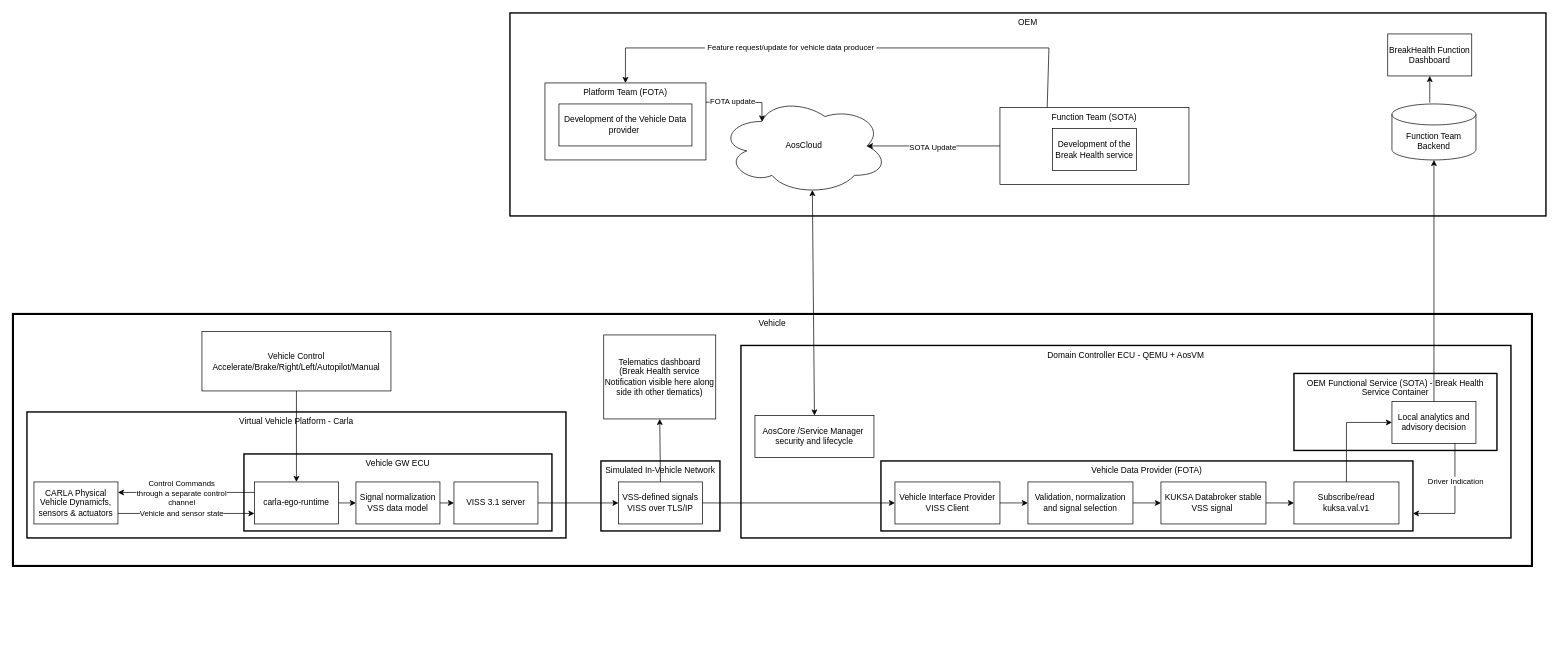
Above: docs/architecture/diagrams/aosedge-demo-hla-authoring-reference.drawio in alexmaninblack/aosedge-sdv-demo (draw.io), before the change. Source tidied: cells renumbered, new cells numbered last; positions are measured from the earlier drawing's top-left corner, leaving out a move shared by most shapes. Both pictures are drawn from the tidied source at 70%, with x=0, y=0 at pixel (13, 13).
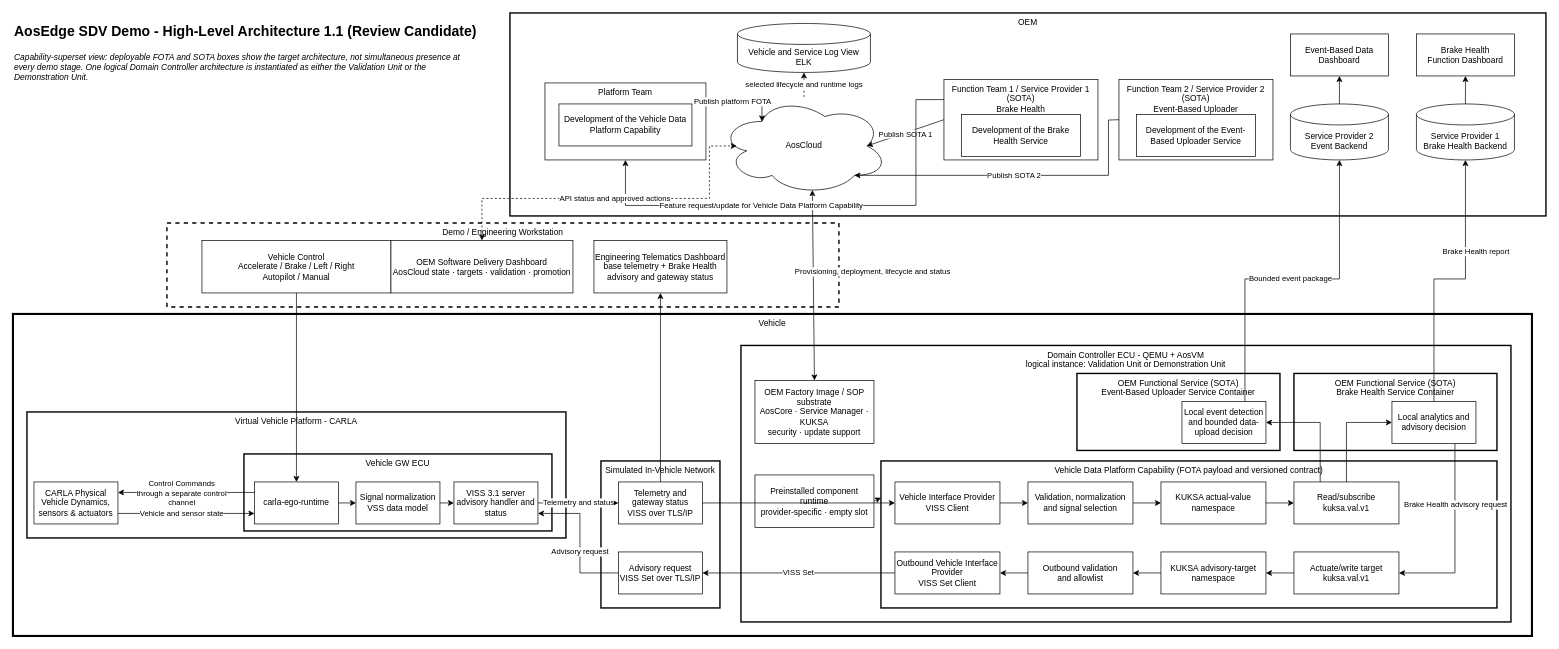
After the change.

Unchanged cells that the change refers to:
```xml
<mxCell id="27" value="Local analytics and advisory decision" style="rounded=0;whiteSpace=wrap;html=1;" parent="1" vertex="1">
  <mxGeometry x="1970" y="555" width="120" height="60" as="geometry" />
</mxCell>
<mxCell id="35" value="AosCloud" style="ellipse;shape=cloud;whiteSpace=wrap;html=1;" parent="1" vertex="1">
  <mxGeometry x="1010" y="120" width="240" height="140" as="geometry" />
</mxCell>
<mxCell id="36" style="endArrow=classic;startArrow=classic;html=1;rounded=0;entryX=0.55;entryY=0.95;entryDx=0;entryDy=0;entryPerimeter=0;exitX=0.5;exitY=0;exitDx=0;exitDy=0;" parent="1" edge="1" source="25" target="35">
  <mxGeometry relative="1" as="geometry" />
</mxCell>
<mxCell id="42" style="endArrow=classic;html=1;rounded=0;exitX=1;exitY=0.25;exitDx=0;exitDy=0;entryX=0.25;entryY=0.25;entryDx=0;entryDy=0;entryPerimeter=0;" parent="1" edge="1" source="37" target="35">
  <mxGeometry relative="1" as="geometry">
    <Array as="points">
      <mxPoint x="1070" y="128" />
    </Array>
  </mxGeometry>
</mxCell>
<mxCell id="47" style="endArrow=classic;html=1;rounded=0;exitX=0;exitY=0.5;exitDx=0;exitDy=0;entryX=0.875;entryY=0.5;entryDx=0;entryDy=0;entryPerimeter=0;" parent="1" edge="1" source="38" target="35">
  <mxGeometry relative="1" as="geometry" />
</mxCell>
```

What changed in the source:
```diff
@@
+    <mxCell id="55" value="AosEdge SDV Demo - High-Level Architecture 1.1 (Review Candidate)" style="text;html=1;strokeColor=none;fillColor=none;align=left;verticalAlign=middle;whiteSpace=wrap;rounded=0;fontSize=20;fontStyle=1;" parent="1" vertex="1">
+      <mxGeometry y="5" width="700" height="40" as="geometry" />
+    </mxCell>
+    <mxCell id="56" value="Capability-superset view: deployable FOTA and SOTA boxes show the target architecture, not simultaneous presence at every demo stage. One logical Domain Controller architecture is instantiated as either the Validation Unit or the Demonstration Unit." style="text;html=1;strokeColor=none;fillColor=none;align=left;verticalAlign=top;whiteSpace=wrap;rounded=0;fontSize=12;fontStyle=2;" parent="1" vertex="1">
+      <mxGeometry y="50" width="670" height="65" as="geometry" />
+    </mxCell>
@@
     <mxCell id="3" value="Vehicle" style="rounded=0;whiteSpace=wrap;html=1;strokeWidth=3;verticalAlign=top;" parent="1" vertex="1">
-      <mxGeometry y="430" width="2170" height="360" as="geometry" />
+      <mxGeometry y="430" width="2170" height="460" as="geometry" />
     </mxCell>
+    <mxCell id="57" value="Demo / Engineering Workstation" style="rounded=0;whiteSpace=wrap;html=1;strokeWidth=2;verticalAlign=top;dashed=1;" parent="1" vertex="1">
+      <mxGeometry x="220" y="300" width="960" height="120" as="geometry" />
+    </mxCell>
-    <mxCell id="4" value="Domain Controller ECU - QEMU + AosVM" style="rounded=0;whiteSpace=wrap;html=1;verticalAlign=top;strokeWidth=2;" parent="1" vertex="1">
-      <mxGeometry x="1040" y="475" width="1100" height="275" as="geometry" />
+    <mxCell id="4" value="Domain Controller ECU - QEMU + AosVM&lt;br&gt;logical instance: Validation Unit or Demonstration Unit" style="rounded=0;whiteSpace=wrap;html=1;verticalAlign=top;strokeWidth=2;" parent="1" vertex="1">
+      <mxGeometry x="1040" y="475" width="1100" height="395" as="geometry" />
     </mxCell>
-    <mxCell id="5" value="Vehicle Data Provider (FOTA)" style="rounded=0;whiteSpace=wrap;html=1;verticalAlign=top;strokeWidth=2;" parent="1" vertex="1">
-      <mxGeometry x="1240" y="640" width="760" height="100" as="geometry" />
+    <mxCell id="5" value="Vehicle Data Platform Capability (FOTA payload and versioned contract)" style="rounded=0;whiteSpace=wrap;html=1;verticalAlign=top;strokeWidth=2;" parent="1" vertex="1">
+      <mxGeometry x="1240" y="640" width="880" height="210" as="geometry" />
     </mxCell>
-    <mxCell id="6" value="Virtual Vehicle Platform - Carla" style="rounded=0;whiteSpace=wrap;html=1;verticalAlign=top;strokeWidth=2;" parent="1" vertex="1">
+    <mxCell id="6" value="Virtual Vehicle Platform - CARLA" style="rounded=0;whiteSpace=wrap;html=1;verticalAlign=top;strokeWidth=2;" parent="1" vertex="1">
       <mxGeometry x="20" y="570" width="770" height="180" as="geometry" />
     </mxCell>
-    <mxCell id="7" value="CARLA Physical Vehicle Dynamicfs, sensors &amp;amp; actuators" style="rounded=0;whiteSpace=wrap;html=1;" parent="1" vertex="1">
+    <mxCell id="7" value="CARLA Physical Vehicle Dynamics, sensors &amp;amp; actuators" style="rounded=0;whiteSpace=wrap;html=1;" parent="1" vertex="1">
       <mxGeometry x="30" y="670" width="120" height="60" as="geometry" />
     </mxCell>
@@
-    <mxCell id="11" value="VISS 3.1 server" style="rounded=0;whiteSpace=wrap;html=1;" parent="1" vertex="1">
+    <mxCell id="11" value="VISS 3.1 server&lt;br&gt;advisory handler and status" style="rounded=0;whiteSpace=wrap;html=1;" parent="1" vertex="1">
       <mxGeometry x="630" y="670" width="120" height="60" as="geometry" />
     </mxCell>
@@
-    <mxCell id="18" value="KUKSA Databroker stable VSS signal&amp;nbsp;" style="rounded=0;whiteSpace=wrap;html=1;" parent="1" vertex="1">
+    <mxCell id="18" value="KUKSA actual-value&lt;br&gt;namespace" style="rounded=0;whiteSpace=wrap;html=1;" parent="1" vertex="1">
       <mxGeometry x="1640" y="670" width="150" height="60" as="geometry" />
     </mxCell>
-    <mxCell id="19" value="Subscribe/read kuksa.val.v1" style="rounded=0;whiteSpace=wrap;html=1;" parent="1" vertex="1">
+    <mxCell id="19" value="Read/subscribe&lt;br&gt;kuksa.val.v1" style="rounded=0;whiteSpace=wrap;html=1;" parent="1" vertex="1">
       <mxGeometry x="1830" y="670" width="150" height="60" as="geometry" />
     </mxCell>
     <mxCell id="20" value="Simulated In-Vehicle Network" style="rounded=0;whiteSpace=wrap;html=1;verticalAlign=top;strokeWidth=2;" parent="1" vertex="1">
-      <mxGeometry x="840" y="640" width="170" height="100" as="geometry" />
+      <mxGeometry x="840" y="640" width="170" height="210" as="geometry" />
     </mxCell>
-    <mxCell id="21" value="VSS-defined signals VISS over TLS/IP" style="rounded=0;whiteSpace=wrap;html=1;" parent="1" vertex="1">
+    <mxCell id="21" value="Telemetry and gateway status&lt;br&gt;VISS over TLS/IP" style="rounded=0;whiteSpace=wrap;html=1;" parent="1" vertex="1">
       <mxGeometry x="865" y="670" width="120" height="60" as="geometry" />
     </mxCell>
+    <mxCell id="58" value="Advisory request&lt;br&gt;VISS Set over TLS/IP" style="rounded=0;whiteSpace=wrap;html=1;" parent="1" vertex="1">
+      <mxGeometry x="865" y="770" width="120" height="60" as="geometry" />
+    </mxCell>
@@
-    <mxCell id="24" style="endArrow=classic;html=1;rounded=0;exitX=1;exitY=0.5;exitDx=0;exitDy=0;entryX=0;entryY=0.5;entryDx=0;entryDy=0;" parent="1" edge="1" source="11" target="21">
+    <mxCell id="24" value="Telemetry and status" style="endArrow=classic;html=1;rounded=0;exitX=1;exitY=0.5;exitDx=0;exitDy=0;entryX=0;entryY=0.5;entryDx=0;entryDy=0;" parent="1" edge="1" source="11" target="21">
       <mxGeometry relative="1" as="geometry" />
     </mxCell>
-    <mxCell id="25" value="AosCore /Service Manager&amp;nbsp;&lt;br&gt;security and lifecycle" style="rounded=0;whiteSpace=wrap;html=1;" parent="1" vertex="1">
-      <mxGeometry x="1060" y="575" width="170" height="60" as="geometry" />
+    <mxCell id="25" value="OEM Factory Image / SOP substrate&lt;br&gt;AosCore · Service Manager · KUKSA&lt;br&gt;security · update support" style="rounded=0;whiteSpace=wrap;html=1;" parent="1" vertex="1">
+      <mxGeometry x="1060" y="525" width="170" height="90" as="geometry" />
     </mxCell>
+    <mxCell id="59" value="Preinstalled component runtime&lt;br&gt;provider-specific · empty slot" style="rounded=0;whiteSpace=wrap;html=1;" parent="1" vertex="1">
+      <mxGeometry x="1060" y="660" width="170" height="75" as="geometry" />
+    </mxCell>
+    <mxCell id="60" style="endArrow=classic;html=1;rounded=0;dashed=1;exitX=1;exitY=0.5;exitDx=0;exitDy=0;entryX=0;entryY=0.25;entryDx=0;entryDy=0;" parent="1" edge="1" source="59" target="5">
+      <mxGeometry relative="1" as="geometry" />
+    </mxCell>
-    <mxCell id="26" value="OEM Functional Service (SOTA) - Break Health Service Container" style="rounded=0;whiteSpace=wrap;html=1;verticalAlign=top;strokeWidth=2;" parent="1" vertex="1">
+    <mxCell id="26" value="OEM Functional Service (SOTA)&lt;br&gt;Brake Health Service Container" style="rounded=0;whiteSpace=wrap;html=1;verticalAlign=top;strokeWidth=2;" parent="1" vertex="1">
       <mxGeometry x="1830" y="515" width="290" height="110" as="geometry" />
     </mxCell>
@@
-    <mxCell id="33" value="Vehicle Control&lt;br&gt;Accelerate/Brake/Right/Left/Autopilot/Manual" style="rounded=0;whiteSpace=wrap;html=1;" parent="1" vertex="1">
-      <mxGeometry x="270" y="455" width="270" height="85" as="geometry" />
+    <mxCell id="33" value="Vehicle Control&lt;br&gt;Accelerate / Brake / Left / Right&lt;br&gt;Autopilot / Manual" style="rounded=0;whiteSpace=wrap;html=1;" parent="1" vertex="1">
+      <mxGeometry x="270" y="325" width="270" height="75" as="geometry" />
     </mxCell>
@@
+    <mxCell id="61" value="Provisioning, deployment, lifecycle and status" style="edgeLabel;html=1;align=center;verticalAlign=middle;" parent="36" vertex="1">
+      <mxGeometry x="0.15" y="1" relative="1" as="geometry">
+        <mxPoint x="85" as="offset" />
+      </mxGeometry>
+    </mxCell>
-    <mxCell id="37" value="Platform Team (FOTA)" style="rounded=0;whiteSpace=wrap;html=1;verticalAlign=top;" parent="1" vertex="1">
+    <mxCell id="37" value="Platform Team" style="rounded=0;whiteSpace=wrap;html=1;verticalAlign=top;" parent="1" vertex="1">
       <mxGeometry x="760" y="100" width="230" height="110" as="geometry" />
     </mxCell>
-    <mxCell id="38" value="Function Team (SOTA)" style="rounded=0;whiteSpace=wrap;html=1;verticalAlign=top;" parent="1" vertex="1">
-      <mxGeometry x="1410" y="135" width="270" height="110" as="geometry" />
-    </mxCell>
-    <mxCell id="39" value="Function Team Backend" style="shape=cylinder3;whiteSpace=wrap;html=1;boundedLbl=1;backgroundOutline=1;size=15;" parent="1" vertex="1">
-      <mxGeometry x="1970" y="130" width="120" height="80" as="geometry" />
+    <mxCell id="39" value="Service Provider 1&lt;br&gt;Brake Health Backend" style="shape=cylinder3;whiteSpace=wrap;html=1;boundedLbl=1;backgroundOutline=1;size=15;" parent="1" vertex="1">
+      <mxGeometry x="2005" y="130" width="140" height="80" as="geometry" />
     </mxCell>
-    <mxCell id="40" value="BreakHealth Function Dashboard" style="rounded=0;whiteSpace=wrap;html=1;" parent="1" vertex="1">
-      <mxGeometry x="1964" y="30" width="120" height="60" as="geometry" />
+    <mxCell id="40" value="Brake Health&lt;br&gt;Function Dashboard" style="rounded=0;whiteSpace=wrap;html=1;" parent="1" vertex="1">
+      <mxGeometry x="2005" y="30" width="140" height="60" as="geometry" />
     </mxCell>
-    <mxCell id="41" value="Development of the Vehicle Data provider&amp;nbsp;" style="rounded=0;whiteSpace=wrap;html=1;" parent="1" vertex="1">
+    <mxCell id="41" value="Development of the Vehicle Data Platform Capability" style="rounded=0;whiteSpace=wrap;html=1;" parent="1" vertex="1">
       <mxGeometry x="780" y="130" width="190" height="60" as="geometry" />
     </mxCell>
@@
-    <mxCell id="43" value="FOTA update" style="edgeLabel;html=1;align=center;verticalAlign=middle;" parent="42" vertex="1">
+    <mxCell id="43" value="Publish platform FOTA" style="edgeLabel;html=1;align=center;verticalAlign=middle;" parent="42" vertex="1">
       <mxGeometry x="-0.31" y="1" relative="1" as="geometry" />
     </mxCell>
-    <mxCell id="44" style="endArrow=classic;html=1;rounded=0;exitX=0.5;exitY=0;exitDx=0;exitDy=0;entryX=0.5;entryY=1;entryDx=0;entryDy=0;entryPerimeter=0;" parent="1" edge="1" source="27" target="39">
-      <mxGeometry relative="1" as="geometry" />
+    <mxCell id="44" value="Brake Health report" style="endArrow=classic;html=1;rounded=0;exitX=0.5;exitY=0;exitDx=0;exitDy=0;entryX=0.5;entryY=1;entryDx=0;entryDy=0;entryPerimeter=0;" parent="1" edge="1" source="27" target="39">
+      <mxGeometry x="0.33" y="-15" relative="1" as="geometry">
+        <Array as="points">
+          <mxPoint x="2030" y="380" />
+          <mxPoint x="2075" y="380" />
+        </Array>
+      </mxGeometry>
     </mxCell>
-    <mxCell id="45" style="endArrow=classic;html=1;rounded=0;exitX=0.45;exitY=-0.025;exitDx=0;exitDy=0;exitPerimeter=0;entryX=0.5;entryY=1;entryDx=0;entryDy=0;" parent="1" edge="1" source="39" target="40">
+    <mxCell id="45" style="endArrow=classic;html=1;rounded=0;exitX=0.5;exitY=0;exitDx=0;exitDy=0;exitPerimeter=0;entryX=0.5;entryY=1;entryDx=0;entryDy=0;" parent="1" edge="1" source="39" target="40">
       <mxGeometry relative="1" as="geometry" />
     </mxCell>
-    <mxCell id="46" value="Development of the Break Health service" style="rounded=0;whiteSpace=wrap;html=1;" parent="1" vertex="1">
-      <mxGeometry x="1485" y="165" width="120" height="60" as="geometry" />
-    </mxCell>
@@
-    <mxCell id="48" value="SOTA Update" style="edgeLabel;html=1;align=center;verticalAlign=middle;" parent="47" vertex="1">
+    <mxCell id="48" value="Publish SOTA 1" style="edgeLabel;html=1;align=center;verticalAlign=middle;" parent="47" vertex="1">
       <mxGeometry x="0.02" y="1" relative="1" as="geometry" />
     </mxCell>
-    <mxCell id="49" style="endArrow=classic;html=1;rounded=0;exitX=0.25;exitY=0;exitDx=0;exitDy=0;entryX=0.5;entryY=0;entryDx=0;entryDy=0;" parent="1" edge="1" source="38" target="37">
+    <mxCell id="49" style="endArrow=classic;html=1;rounded=0;exitX=0;exitY=0.25;exitDx=0;exitDy=0;entryX=0.5;entryY=1;entryDx=0;entryDy=0;" parent="1" edge="1" source="38" target="37">
       <mxGeometry relative="1" as="geometry">
         <Array as="points">
-          <mxPoint x="1480" y="50" />
-          <mxPoint x="1170" y="50" />
-          <mxPoint x="875" y="50" />
+          <mxPoint x="1290" y="123.8" />
+          <mxPoint x="1290" y="275" />
+          <mxPoint x="875" y="275" />
         </Array>
       </mxGeometry>
     </mxCell>
-    <mxCell id="50" value="&amp;nbsp;Feature request/update for vehicle data producer&amp;nbsp;" style="edgeLabel;html=1;align=center;verticalAlign=middle;" parent="49" vertex="1">
+    <mxCell id="50" value="Feature request/update for Vehicle Data Platform Capability" style="edgeLabel;html=1;align=center;verticalAlign=middle;" parent="49" vertex="1">
       <mxGeometry x="0.23" y="-1" relative="1" as="geometry" />
     </mxCell>
-    <mxCell id="51" value="Telematics dashboard&lt;br&gt;(Break Health service Notification visible here along side ith other tlematics)" style="rounded=0;whiteSpace=wrap;html=1;" parent="1" vertex="1">
-      <mxGeometry x="844" y="460" width="160" height="120" as="geometry" />
+    <mxCell id="51" value="Engineering Telematics Dashboard&lt;br&gt;base telemetry + Brake Health advisory and gateway status" style="rounded=0;whiteSpace=wrap;html=1;" parent="1" vertex="1">
+      <mxGeometry x="830" y="325" width="190" height="75" as="geometry" />
     </mxCell>
@@
+    <mxCell id="62" value="OEM Software Delivery Dashboard&lt;br&gt;AosCloud state · targets · validation · promotion" style="rounded=0;whiteSpace=wrap;html=1;" parent="1" vertex="1">
+      <mxGeometry x="540" y="325" width="260" height="75" as="geometry" />
+    </mxCell>
+    <mxCell id="63" value="API status and approved actions" style="endArrow=classic;startArrow=classic;html=1;rounded=0;dashed=1;exitX=0.5;exitY=0;exitDx=0;exitDy=0;entryX=0.1;entryY=0.5;entryDx=0;entryDy=0;entryPerimeter=0;" parent="1" edge="1" source="62" target="35">
+      <mxGeometry relative="1" as="geometry">
+        <Array as="points">
+          <mxPoint x="670" y="265" />
+          <mxPoint x="995" y="265" />
+          <mxPoint x="995" y="190" />
+        </Array>
+      </mxGeometry>
+    </mxCell>
+    <mxCell id="64" value="Vehicle and Service Log View&lt;br&gt;ELK" style="shape=cylinder3;whiteSpace=wrap;html=1;boundedLbl=1;backgroundOutline=1;size=15;" parent="1" vertex="1">
+      <mxGeometry x="1035" y="15" width="190" height="70" as="geometry" />
+    </mxCell>
+    <mxCell id="65" value="selected lifecycle and runtime logs" style="endArrow=classic;html=1;rounded=0;dashed=1;exitX=0.5;exitY=0;exitDx=0;exitDy=0;entryX=0.5;entryY=1;entryDx=0;entryDy=0;" parent="1" edge="1" source="35" target="64">
+      <mxGeometry relative="1" as="geometry" />
+    </mxCell>
+    <mxCell id="66" value="Function Team 2 / Service Provider 2 (SOTA)&lt;br&gt;Event-Based Uploader" style="rounded=0;whiteSpace=wrap;html=1;verticalAlign=top;" parent="1" vertex="1">
+      <mxGeometry x="1580" y="95" width="220" height="115" as="geometry" />
+    </mxCell>
-    <mxCell id="53" style="endArrow=classic;html=1;rounded=0;entryX=1;entryY=0.75;entryDx=0;entryDy=0;exitX=0.75;exitY=1;exitDx=0;exitDy=0;" parent="1" edge="1" source="27" target="5">
+    <mxCell id="53" style="endArrow=classic;html=1;rounded=0;entryX=1;entryY=0.5;entryDx=0;entryDy=0;exitX=0.75;exitY=1;exitDx=0;exitDy=0;" parent="1" edge="1" source="27" target="76">
       <mxGeometry relative="1" as="geometry">
         <Array as="points">
-          <mxPoint x="2060" y="715" />
+          <mxPoint x="2060" y="800" />
         </Array>
       </mxGeometry>
     </mxCell>
-    <mxCell id="54" value="Driver Indication" style="edgeLabel;html=1;align=center;verticalAlign=middle;" parent="53" vertex="1">
+    <mxCell id="54" value="Brake Health advisory request" style="edgeLabel;html=1;align=center;verticalAlign=middle;" parent="53" vertex="1">
       <mxGeometry x="-0.34" relative="1" as="geometry" />
     </mxCell>
+    <mxCell id="38" value="Function Team 1 / Service Provider 1 (SOTA)&lt;br&gt;Brake Health" style="rounded=0;whiteSpace=wrap;html=1;verticalAlign=top;" parent="1" vertex="1">
+      <mxGeometry x="1330" y="95" width="220" height="115" as="geometry" />
+    </mxCell>
+    <mxCell id="67" value="OEM Functional Service (SOTA)&lt;br&gt;Event-Based Uploader Service Container" style="rounded=0;whiteSpace=wrap;html=1;verticalAlign=top;strokeWidth=2;" parent="1" vertex="1">
+      <mxGeometry x="1520" y="515" width="290" height="110" as="geometry" />
+    </mxCell>
+    <mxCell id="68" value="Local event detection and bounded data-upload decision" style="rounded=0;whiteSpace=wrap;html=1;" parent="1" vertex="1">
+      <mxGeometry x="1670" y="555" width="120" height="60" as="geometry" />
+    </mxCell>
+    <mxCell id="69" value="Service Provider 2&lt;br&gt;Event Backend" style="shape=cylinder3;whiteSpace=wrap;html=1;boundedLbl=1;backgroundOutline=1;size=15;" parent="1" vertex="1">
+      <mxGeometry x="1825" y="130" width="140" height="80" as="geometry" />
+    </mxCell>
+    <mxCell id="70" value="Event-Based Data Dashboard" style="rounded=0;whiteSpace=wrap;html=1;" parent="1" vertex="1">
+      <mxGeometry x="1825" y="30" width="140" height="60" as="geometry" />
+    </mxCell>
+    <mxCell id="71" style="endArrow=classic;html=1;rounded=0;exitX=0.5;exitY=0;exitDx=0;exitDy=0;exitPerimeter=0;entryX=0.5;entryY=1;entryDx=0;entryDy=0;" parent="1" edge="1" source="69" target="70">
+      <mxGeometry relative="1" as="geometry" />
+    </mxCell>
+    <mxCell id="72" value="Bounded event package" style="endArrow=classic;html=1;rounded=0;exitX=0.75;exitY=0;exitDx=0;exitDy=0;entryX=0.5;entryY=1;entryDx=0;entryDy=0;entryPerimeter=0;" parent="1" edge="1" source="68" target="69">
+      <mxGeometry relative="1" as="geometry">
+        <Array as="points">
+          <mxPoint x="1760" y="380" />
+          <mxPoint x="1895" y="380" />
+        </Array>
+      </mxGeometry>
+    </mxCell>
+    <mxCell id="73" style="endArrow=classic;html=1;rounded=0;exitX=0.25;exitY=0;exitDx=0;exitDy=0;entryX=1;entryY=0.5;entryDx=0;entryDy=0;" parent="1" edge="1" source="19" target="68">
+      <mxGeometry relative="1" as="geometry">
+        <Array as="points">
+          <mxPoint x="1867.5" y="585" />
+        </Array>
+      </mxGeometry>
+    </mxCell>
+    <mxCell id="46" value="Development of the Brake Health Service" style="rounded=0;whiteSpace=wrap;html=1;" parent="1" vertex="1">
+      <mxGeometry x="1355" y="145" width="170" height="60" as="geometry" />
+    </mxCell>
+    <mxCell id="74" value="Development of the Event-Based Uploader Service" style="rounded=0;whiteSpace=wrap;html=1;" parent="1" vertex="1">
+      <mxGeometry x="1605" y="145" width="170" height="60" as="geometry" />
+    </mxCell>
+    <mxCell id="75" value="Publish SOTA 2" style="endArrow=classic;html=1;rounded=0;exitX=0;exitY=0.5;exitDx=0;exitDy=0;entryX=0.8;entryY=0.8;entryDx=0;entryDy=0;entryPerimeter=0;" parent="1" edge="1" source="66" target="35">
+      <mxGeometry relative="1" as="geometry">
+        <Array as="points">
+          <mxPoint x="1565" y="153" />
+          <mxPoint x="1565" y="232" />
+        </Array>
+      </mxGeometry>
+    </mxCell>
+    <mxCell id="76" value="Actuate/write target&lt;br&gt;kuksa.val.v1" style="rounded=0;whiteSpace=wrap;html=1;" parent="1" vertex="1">
+      <mxGeometry x="1830" y="770" width="150" height="60" as="geometry" />
+    </mxCell>
+    <mxCell id="77" value="KUKSA advisory-target&lt;br&gt;namespace" style="rounded=0;whiteSpace=wrap;html=1;" parent="1" vertex="1">
+      <mxGeometry x="1640" y="770" width="150" height="60" as="geometry" />
+    </mxCell>
+    <mxCell id="78" value="Outbound validation&lt;br&gt;and allowlist" style="rounded=0;whiteSpace=wrap;html=1;" parent="1" vertex="1">
+      <mxGeometry x="1450" y="770" width="150" height="60" as="geometry" />
+    </mxCell>
+    <mxCell id="79" value="Outbound Vehicle Interface Provider&lt;br&gt;VISS Set Client" style="rounded=0;whiteSpace=wrap;html=1;" parent="1" vertex="1">
+      <mxGeometry x="1260" y="770" width="150" height="60" as="geometry" />
+    </mxCell>
+    <mxCell id="80" style="endArrow=classic;html=1;rounded=0;exitX=0;exitY=0.5;exitDx=0;exitDy=0;entryX=1;entryY=0.5;entryDx=0;entryDy=0;" parent="1" edge="1" source="76" target="77">
+      <mxGeometry relative="1" as="geometry" />
+    </mxCell>
+    <mxCell id="81" style="endArrow=classic;html=1;rounded=0;exitX=0;exitY=0.5;exitDx=0;exitDy=0;entryX=1;entryY=0.5;entryDx=0;entryDy=0;" parent="1" edge="1" source="77" target="78">
+      <mxGeometry relative="1" as="geometry" />
+    </mxCell>
+    <mxCell id="82" style="endArrow=classic;html=1;rounded=0;exitX=0;exitY=0.5;exitDx=0;exitDy=0;entryX=1;entryY=0.5;entryDx=0;entryDy=0;" parent="1" edge="1" source="78" target="79">
+      <mxGeometry relative="1" as="geometry" />
+    </mxCell>
+    <mxCell id="83" value="VISS Set" style="endArrow=classic;html=1;rounded=0;exitX=0;exitY=0.5;exitDx=0;exitDy=0;entryX=1;entryY=0.5;entryDx=0;entryDy=0;" parent="1" edge="1" source="79" target="58">
+      <mxGeometry relative="1" as="geometry" />
+    </mxCell>
+    <mxCell id="84" value="Advisory request" style="endArrow=classic;html=1;rounded=0;exitX=0;exitY=0.5;exitDx=0;exitDy=0;entryX=1;entryY=0.75;entryDx=0;entryDy=0;" parent="1" edge="1" source="58" target="11">
+      <mxGeometry x="-0.15" relative="1" as="geometry">
+        <Array as="points">
+          <mxPoint x="810" y="800" />
+          <mxPoint x="810" y="715" />
+        </Array>
+      </mxGeometry>
+    </mxCell>
```
